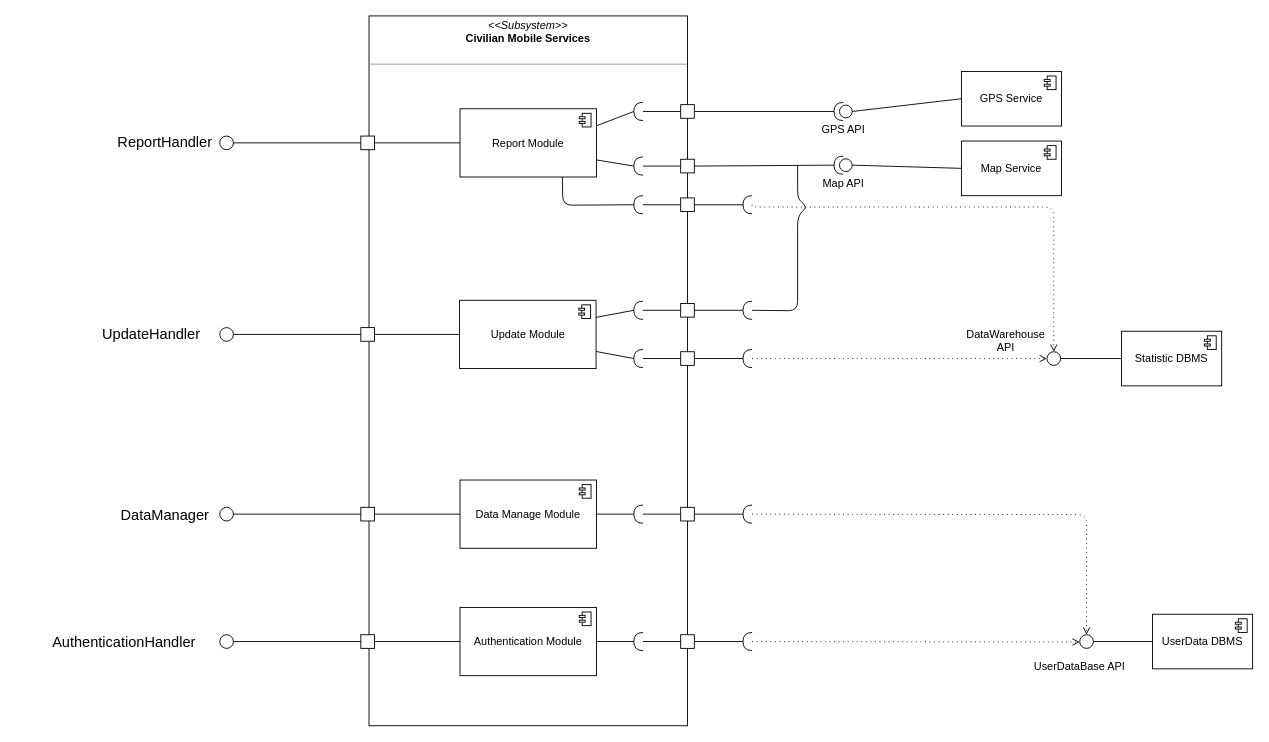
marcuz1996/Software-Engineering-Project keeps this draw.io diagram as DD/images/Drawio/CivilianMobileServicesProjection.drawio. Above is the earlier version. Source tidied: cells renumbered, new cells numbered last; positions are measured from the earlier drawing's top-left corner, leaving out a move shared by most shapes. Both pictures are drawn from the tidied source at 91%, with x=0, y=0 at pixel (96, 15).
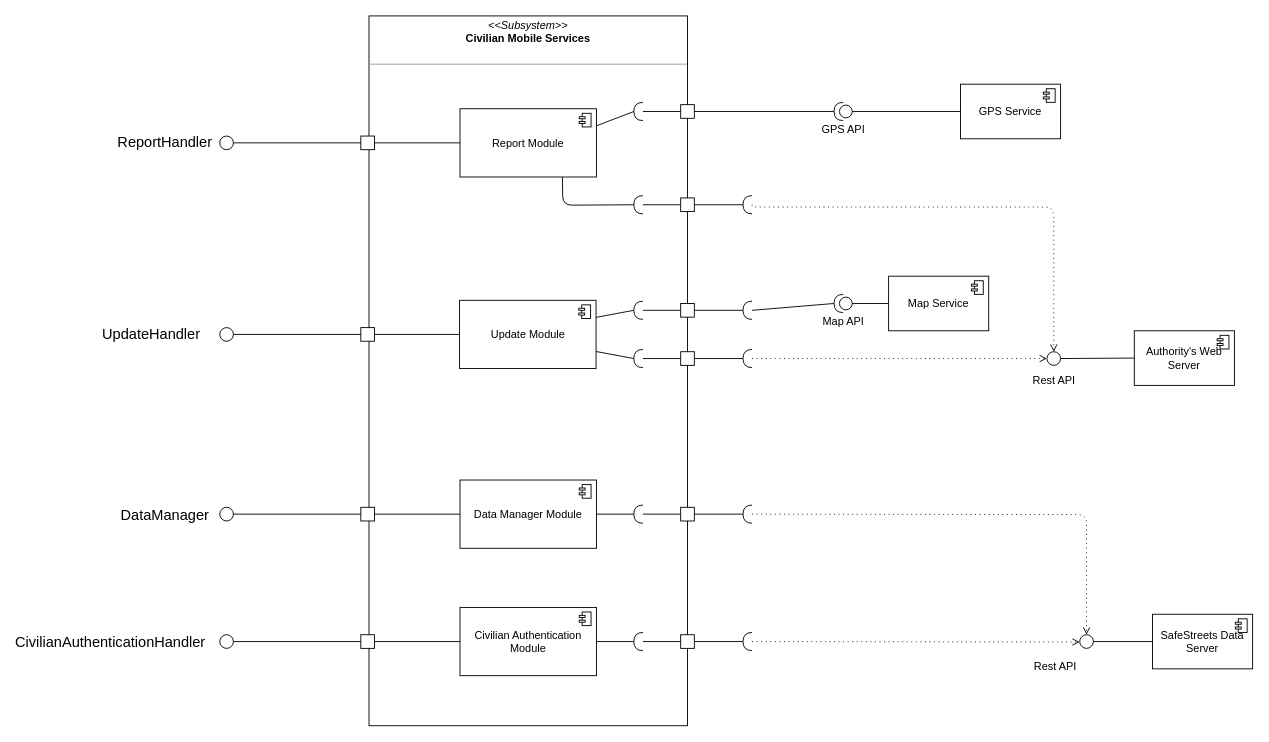
The same page after the edit.

Unchanged cells that the change refers to:
```xml
<mxCell id="4" value="Report Module" style="html=1;outlineConnect=0;whiteSpace=wrap;shape=mxgraph.archimate3.application;appType=comp;archiType=square;" parent="1" vertex="1">
  <mxGeometry x="399" y="102" width="150" height="75" as="geometry" />
</mxCell>
<mxCell id="81" style="shape=requiredInterface;html=1;verticalLabelPosition=bottom;direction=west;" parent="1" vertex="1">
  <mxGeometry x="710" y="313.5" width="10" height="20" as="geometry" />
</mxCell>
```

The edit, as a diff of the source:
```diff
@@
-    <mxCell id="6" value="Data Manage Module" style="html=1;outlineConnect=0;whiteSpace=wrap;shape=mxgraph.archimate3.application;appType=comp;archiType=square;" parent="1" vertex="1">
+    <mxCell id="6" value="Data Manager Module" style="html=1;outlineConnect=0;whiteSpace=wrap;shape=mxgraph.archimate3.application;appType=comp;archiType=square;" parent="1" vertex="1">
       <mxGeometry x="399" y="510" width="150" height="75" as="geometry" />
     </mxCell>
     <mxCell id="7" value="GPS Service" style="html=1;outlineConnect=0;whiteSpace=wrap;shape=mxgraph.archimate3.application;appType=comp;archiType=square;" parent="1" vertex="1">
-      <mxGeometry x="950" y="61" width="110" height="60" as="geometry" />
+      <mxGeometry x="949" y="75" width="110" height="60" as="geometry" />
     </mxCell>
     <mxCell id="8" value="Map Service" style="html=1;outlineConnect=0;whiteSpace=wrap;shape=mxgraph.archimate3.application;appType=comp;archiType=square;" parent="1" vertex="1">
-      <mxGeometry x="950" y="137.5" width="110" height="60" as="geometry" />
+      <mxGeometry x="870" y="286" width="110" height="60" as="geometry" />
     </mxCell>
@@
-    <mxCell id="16" style="shape=requiredInterface;html=1;verticalLabelPosition=bottom;direction=west;" parent="1" vertex="1">
-      <mxGeometry x="590" y="155" width="10" height="20" as="geometry" />
-    </mxCell>
-    <mxCell id="17" style="whiteSpace=wrap;html=1;" parent="1" vertex="1">
-      <mxGeometry x="641.5" y="157.5" width="15" height="15" as="geometry" />
-    </mxCell>
-    <mxCell id="18" style="endArrow=none;html=1;exitX=1;exitY=0.75;exitDx=0;exitDy=0;exitPerimeter=0;entryX=1;entryY=0.5;entryDx=0;entryDy=0;entryPerimeter=0;" parent="1" edge="1" source="4" target="16">
-      <mxGeometry relative="1" as="geometry" />
-    </mxCell>
-    <mxCell id="19" style="endArrow=none;html=1;entryX=0;entryY=0.5;entryDx=0;entryDy=0;" parent="1" edge="1" target="17">
-      <mxGeometry relative="1" as="geometry">
-        <mxPoint x="600" y="165" as="sourcePoint" />
-      </mxGeometry>
-    </mxCell>
@@
     <mxCell id="23" value="Map API" style="shape=providedRequiredInterface;html=1;verticalLabelPosition=bottom;direction=west;" parent="1" vertex="1">
-      <mxGeometry x="810" y="154" width="20" height="20" as="geometry" />
+      <mxGeometry x="810" y="306" width="20" height="20" as="geometry" />
     </mxCell>
-    <mxCell id="24" style="endArrow=none;html=1;entryX=1;entryY=0.5;entryDx=0;entryDy=0;exitX=1;exitY=0.5;exitDx=0;exitDy=0;entryPerimeter=0;" parent="1" edge="1" source="17" target="23">
+    <mxCell id="24" style="endArrow=none;html=1;entryX=1;entryY=0.5;entryDx=0;entryDy=0;exitX=0;exitY=0.5;exitDx=0;exitDy=0;entryPerimeter=0;exitPerimeter=0;" parent="1" edge="1" source="81" target="23">
       <mxGeometry relative="1" as="geometry" />
     </mxCell>
@@
-    <mxCell id="28" value="Statistic DBMS" style="html=1;outlineConnect=0;whiteSpace=wrap;shape=mxgraph.archimate3.application;appType=comp;archiType=square;" parent="1" vertex="1">
-      <mxGeometry x="1126" y="346.5" width="110" height="60" as="geometry" />
+    <mxCell id="28" value="Authority's Web Server" style="html=1;outlineConnect=0;whiteSpace=wrap;shape=mxgraph.archimate3.application;appType=comp;archiType=square;" parent="1" vertex="1">
+      <mxGeometry x="1140" y="346" width="110" height="60" as="geometry" />
     </mxCell>
@@
-    <mxCell id="38" value="DataWarehouse API" style="text;html=1;strokeColor=none;fillColor=none;align=center;verticalAlign=middle;whiteSpace=wrap;rounded=0;" parent="1" vertex="1">
-      <mxGeometry x="954" y="346.5" width="90" height="20" as="geometry" />
+    <mxCell id="38" value="Rest API" style="text;html=1;strokeColor=none;fillColor=none;align=center;verticalAlign=middle;whiteSpace=wrap;rounded=0;" parent="1" vertex="1">
+      <mxGeometry x="1006.5" y="390.5" width="90" height="20" as="geometry" />
     </mxCell>
@@
-    <mxCell id="63" value="Authentication Module" style="html=1;outlineConnect=0;whiteSpace=wrap;shape=mxgraph.archimate3.application;appType=comp;archiType=square;" parent="1" vertex="1">
+    <mxCell id="63" value="Civilian Authentication Module" style="html=1;outlineConnect=0;whiteSpace=wrap;shape=mxgraph.archimate3.application;appType=comp;archiType=square;" parent="1" vertex="1">
       <mxGeometry x="399" y="650" width="150" height="75" as="geometry" />
     </mxCell>
@@
-    <mxCell id="68" value="UserData DBMS" style="html=1;outlineConnect=0;whiteSpace=wrap;shape=mxgraph.archimate3.application;appType=comp;archiType=square;" parent="1" vertex="1">
+    <mxCell id="68" value="SafeStreets Data Server" style="html=1;outlineConnect=0;whiteSpace=wrap;shape=mxgraph.archimate3.application;appType=comp;archiType=square;" parent="1" vertex="1">
       <mxGeometry x="1160" y="657.5" width="110" height="60" as="geometry" />
     </mxCell>
@@
-    <mxCell id="77" value="&lt;font style=&quot;font-size: 16px&quot;&gt;AuthenticationHandler&lt;/font&gt;" style="text;html=1;strokeColor=none;fillColor=none;align=center;verticalAlign=middle;whiteSpace=wrap;rounded=0;" parent="1" vertex="1">
-      <mxGeometry y="671" width="60" height="33" as="geometry" />
+    <mxCell id="77" value="&lt;font style=&quot;font-size: 16px&quot;&gt;CivilianAuthenticationHandler&lt;/font&gt;" style="text;html=1;strokeColor=none;fillColor=none;align=center;verticalAlign=middle;whiteSpace=wrap;rounded=0;" parent="1" vertex="1">
+      <mxGeometry x="-15" y="671" width="60" height="33" as="geometry" />
     </mxCell>
@@
-    <mxCell id="84" style="endArrow=none;html=1;exitX=0;exitY=0.5;exitDx=0;exitDy=0;exitPerimeter=0;" parent="1" edge="1" source="81">
-      <mxGeometry relative="1" as="geometry">
-        <mxPoint x="770" y="164" as="targetPoint" />
-        <Array as="points">
-          <mxPoint x="770" y="324" />
-          <mxPoint x="770" y="220" />
-          <mxPoint x="780" y="210" />
-          <mxPoint x="770" y="200" />
-        </Array>
-      </mxGeometry>
-    </mxCell>
-    <mxCell id="85" value="UserDataBase API" style="text;html=1;align=left;verticalAlign=top;spacingTop=-4;" parent="1" vertex="1">
-      <mxGeometry x="1027.5" y="705" width="120" height="20" as="geometry" />
+    <mxCell id="85" value="Rest API" style="text;html=1;align=left;verticalAlign=top;spacingTop=-4;" parent="1" vertex="1">
+      <mxGeometry x="1027.5" y="705" width="60" height="20" as="geometry" />
     </mxCell>
```
